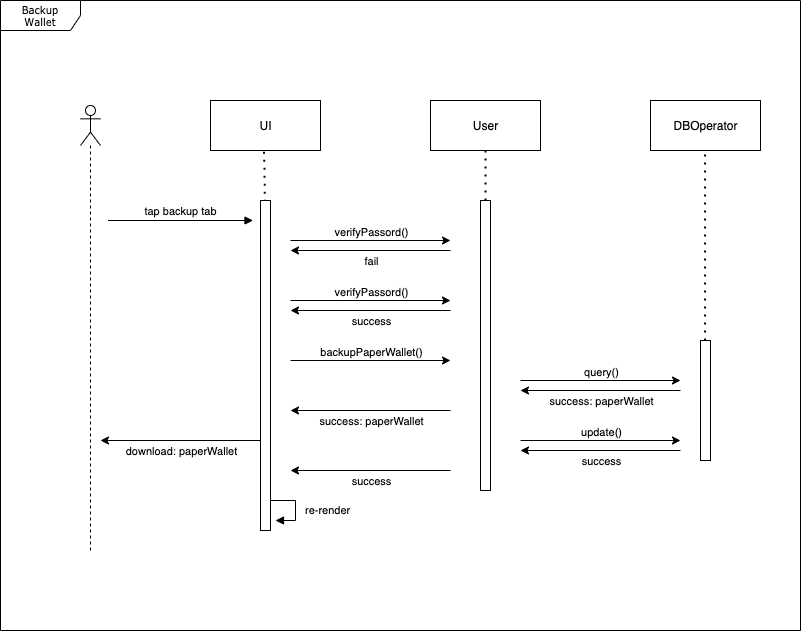
CAFECA-IO/TideWallet keeps this draw.io diagram as doc/TideWallet_Interaction_Diagram_BackupWallet.png. Above is the earlier version. Source tidied: cells renumbered, new cells last; positions are measured from the earlier drawing's top-left corner, leaving out a move shared by most shapes.
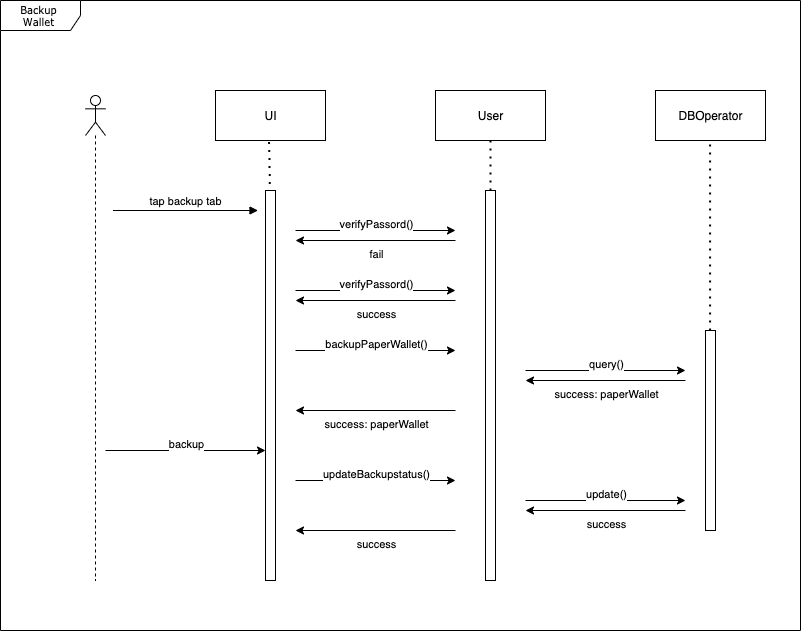
The same file after the commit.

Commit message:
update interaction diagram

What changed in the source:
```diff
@@ -2,39 +2,36 @@
   <root>
     <mxCell id="0" />
     <mxCell id="1" parent="0" />
-    <mxCell id="2" style="group;" parent="1" vertex="1">
-      <mxGeometry width="800" height="630" as="geometry" />
-    </mxCell>
-    <mxCell id="3" value="Backup&lt;br&gt;Wallet" style="shape=umlFrame;whiteSpace=wrap;html=1;rounded=0;shadow=0;comic=0;labelBackgroundColor=none;strokeWidth=1;fontFamily=Verdana;fontSize=10;align=center;width=80;height=30;" parent="2" vertex="1">
-      <mxGeometry width="800" height="630" as="geometry" />
+    <mxCell id="3" value="Backup&lt;br&gt;Wallet" style="shape=umlFrame;whiteSpace=wrap;html=1;rounded=0;shadow=0;comic=0;labelBackgroundColor=none;strokeWidth=1;fontFamily=Verdana;fontSize=10;align=center;width=80;height=30;" parent="1" vertex="1">
+      <mxGeometry x="-5" y="10" width="800" height="630" as="geometry" />
     </mxCell>
-    <mxCell id="4" style="shape=umlLifeline;participant=umlActor;perimeter=lifelinePerimeter;whiteSpace=wrap;html=1;verticalAlign=top;spacingTop=36;" parent="2" vertex="1">
-      <mxGeometry x="80" y="105" width="20" height="445" as="geometry" />
+    <mxCell id="4" style="shape=umlLifeline;participant=umlActor;perimeter=lifelinePerimeter;whiteSpace=wrap;html=1;verticalAlign=top;spacingTop=36;" parent="1" vertex="1">
+      <mxGeometry x="80" y="105" width="20" height="485" as="geometry" />
     </mxCell>
-    <mxCell id="5" value="UI" style="html=1;" parent="2" vertex="1">
+    <mxCell id="5" value="UI" style="html=1;" parent="1" vertex="1">
       <mxGeometry x="210" y="100" width="110" height="50" as="geometry" />
     </mxCell>
-    <mxCell id="6" value="User" style="html=1;" parent="2" vertex="1">
+    <mxCell id="6" value="User" style="html=1;" parent="1" vertex="1">
       <mxGeometry x="430" y="100" width="110" height="50" as="geometry" />
     </mxCell>
-    <mxCell id="7" value="DBOperator" style="html=1;" parent="2" vertex="1">
+    <mxCell id="7" value="DBOperator" style="html=1;" parent="1" vertex="1">
       <mxGeometry x="650" y="100" width="110" height="50" as="geometry" />
     </mxCell>
-    <mxCell id="8" style="endArrow=none;dashed=1;html=1;dashPattern=1 3;strokeWidth=2;exitX=0.45;exitY=0.004;exitDx=0;exitDy=0;exitPerimeter=0;" parent="2" edge="1" source="10">
-      <mxGeometry x="-951.7" y="-2340" as="geometry">
+    <mxCell id="8" style="endArrow=none;dashed=1;html=1;dashPattern=1 3;strokeWidth=2;exitX=0.45;exitY=0.004;exitDx=0;exitDy=0;exitPerimeter=0;" parent="1" edge="1" source="10">
+      <mxGeometry x="773.3" y="-1020" as="geometry">
         <mxPoint x="263.6" y="150" as="targetPoint" />
       </mxGeometry>
     </mxCell>
-    <mxCell id="9" value="tap backup tab" style="html=1;verticalAlign=bottom;endArrow=block;" parent="2" edge="1">
-      <mxGeometry as="geometry">
+    <mxCell id="9" value="tap backup tab" style="html=1;verticalAlign=bottom;endArrow=block;" parent="1" edge="1">
+      <mxGeometry x="1725" y="1320" as="geometry">
         <mxPoint x="107.5" y="220" as="sourcePoint" />
         <mxPoint x="252.5" y="220" as="targetPoint" />
       </mxGeometry>
     </mxCell>
-    <mxCell id="10" style="html=1;points=[];perimeter=orthogonalPerimeter;" parent="2" vertex="1">
-      <mxGeometry x="260" y="200" width="10" height="330" as="geometry" />
+    <mxCell id="10" style="html=1;points=[];perimeter=orthogonalPerimeter;" parent="1" vertex="1">
+      <mxGeometry x="260" y="200" width="10" height="390" as="geometry" />
     </mxCell>
-    <mxCell id="11" style="group;" parent="2" vertex="1">
+    <mxCell id="11" style="group;" parent="1" vertex="1">
       <mxGeometry x="290" y="240" width="160" height="10" as="geometry" />
     </mxCell>
     <mxCell id="12" style="endArrow=classic;html=1;" parent="11" edge="1">
@@ -59,15 +56,15 @@
         <mxPoint y="10" as="offset" />
       </mxGeometry>
     </mxCell>
-    <mxCell id="16" style="html=1;perimeter=orthogonalPerimeter;" parent="2" vertex="1">
-      <mxGeometry x="480" y="200" width="10" height="290" as="geometry" />
+    <mxCell id="16" style="html=1;perimeter=orthogonalPerimeter;" parent="1" vertex="1">
+      <mxGeometry x="480" y="200" width="10" height="390" as="geometry" />
     </mxCell>
-    <mxCell id="17" style="endArrow=none;dashed=1;html=1;dashPattern=1 3;strokeWidth=2;entryX=0.5;entryY=1;entryDx=0;entryDy=0;" parent="2" edge="1" target="6">
-      <mxGeometry x="-730.8" y="-2340.3" as="geometry">
+    <mxCell id="17" style="endArrow=none;dashed=1;html=1;dashPattern=1 3;strokeWidth=2;entryX=0.5;entryY=1;entryDx=0;entryDy=0;" parent="1" edge="1" target="6">
+      <mxGeometry x="994.2" y="-1020.3" as="geometry">
         <mxPoint x="485" y="200" as="sourcePoint" />
       </mxGeometry>
     </mxCell>
-    <mxCell id="18" style="group;" parent="2" vertex="1">
+    <mxCell id="18" style="group;" parent="1" vertex="1">
       <mxGeometry x="290" y="300" width="160" height="10" as="geometry" />
     </mxCell>
     <mxCell id="19" style="endArrow=classic;html=1;" parent="18" edge="1">
@@ -92,7 +89,7 @@
         <mxPoint y="10" as="offset" />
       </mxGeometry>
     </mxCell>
-    <mxCell id="23" style="group;" parent="2" vertex="1">
+    <mxCell id="23" style="group;" parent="1" vertex="1">
       <mxGeometry x="290" y="360" width="160" height="10" as="geometry" />
     </mxCell>
     <mxCell id="24" style="endArrow=classic;html=1;" parent="23" edge="1">
@@ -106,15 +103,15 @@
         <mxPoint y="-9.7" as="offset" />
       </mxGeometry>
     </mxCell>
-    <mxCell id="26" style="endArrow=none;dashed=1;html=1;dashPattern=1 3;strokeWidth=2;entryX=0.5;entryY=1;entryDx=0;entryDy=0;" parent="2" edge="1" source="27">
-      <mxGeometry x="-511.2" y="-2340.3" as="geometry">
+    <mxCell id="26" style="endArrow=none;dashed=1;html=1;dashPattern=1 3;strokeWidth=2;entryX=0.5;entryY=1;entryDx=0;entryDy=0;" parent="1" edge="1" source="27">
+      <mxGeometry x="1213.8" y="-1020.3" as="geometry">
         <mxPoint x="704.6" y="150" as="targetPoint" />
       </mxGeometry>
     </mxCell>
-    <mxCell id="27" style="html=1;points=[];perimeter=orthogonalPerimeter;" parent="2" vertex="1">
-      <mxGeometry x="700" y="340" width="10" height="120" as="geometry" />
+    <mxCell id="27" style="html=1;points=[];perimeter=orthogonalPerimeter;" parent="1" vertex="1">
+      <mxGeometry x="700" y="340" width="10" height="200" as="geometry" />
     </mxCell>
-    <mxCell id="28" style="group;" parent="2" vertex="1">
+    <mxCell id="28" style="group;" parent="1" vertex="1">
       <mxGeometry x="520" y="380" width="160" height="10" as="geometry" />
     </mxCell>
     <mxCell id="29" style="endArrow=classic;html=1;" parent="28" edge="1">
@@ -139,10 +136,10 @@
         <mxPoint y="10" as="offset" />
       </mxGeometry>
     </mxCell>
-    <mxCell id="33" style="endArrow=none;html=1;startArrow=classic;startFill=1;endFill=0;" parent="2" edge="1">
-      <mxGeometry x="10" y="-70" as="geometry">
-        <mxPoint x="290" y="410" as="sourcePoint" />
-        <mxPoint x="450" y="410" as="targetPoint" />
+    <mxCell id="33" style="endArrow=none;html=1;startArrow=classic;startFill=1;endFill=0;" parent="1" edge="1">
+      <mxGeometry x="1735" y="1260" as="geometry">
+        <mxPoint x="290" y="420" as="sourcePoint" />
+        <mxPoint x="450" y="420" as="targetPoint" />
       </mxGeometry>
     </mxCell>
     <mxCell id="34" value="success: paperWallet" style="edgeLabel;html=1;align=center;verticalAlign=middle;" parent="33" vertex="1">
@@ -150,30 +147,8 @@
         <mxPoint y="10" as="offset" />
       </mxGeometry>
     </mxCell>
-    <mxCell id="35" value="&lt;span style=&quot;font-family: &amp;#34;helvetica&amp;#34; ; text-align: center&quot;&gt;re-render&lt;/span&gt;" style="edgeStyle=orthogonalEdgeStyle;html=1;align=left;spacingLeft=2;endArrow=block;rounded=0;entryX=1;entryY=0;" parent="2" edge="1">
-      <mxGeometry x="-1750" y="-1160" as="geometry">
-        <mxPoint x="270" y="500" as="sourcePoint" />
-        <mxPoint x="275" y="520" as="targetPoint" />
-        <Array as="points">
-          <mxPoint x="295" y="500" />
-          <mxPoint x="295" y="520" />
-        </Array>
-        <mxPoint x="28" as="offset" />
-      </mxGeometry>
-    </mxCell>
-    <mxCell id="36" style="endArrow=none;html=1;startArrow=classic;startFill=1;endFill=0;" parent="2" edge="1">
-      <mxGeometry x="-180" y="-40" as="geometry">
-        <mxPoint x="100" y="440" as="sourcePoint" />
-        <mxPoint x="260" y="440" as="targetPoint" />
-      </mxGeometry>
-    </mxCell>
-    <mxCell id="37" value="download: paperWallet" style="edgeLabel;html=1;align=center;verticalAlign=middle;" parent="36" vertex="1">
-      <mxGeometry relative="1" as="geometry">
-        <mxPoint y="10" as="offset" />
-      </mxGeometry>
-    </mxCell>
-    <mxCell id="38" style="group;" parent="2" vertex="1">
-      <mxGeometry x="520" y="440" width="160" height="10" as="geometry" />
+    <mxCell id="38" style="group;" parent="1" vertex="1">
+      <mxGeometry x="520" y="510" width="160" height="10" as="geometry" />
     </mxCell>
     <mxCell id="39" style="endArrow=classic;html=1;" parent="38" edge="1">
       <mxGeometry x="-280" y="-480" as="geometry">
@@ -197,13 +172,41 @@
         <mxPoint y="10" as="offset" />
       </mxGeometry>
     </mxCell>
-    <mxCell id="43" style="endArrow=none;html=1;startArrow=classic;startFill=1;endFill=0;" parent="2" edge="1">
-      <mxGeometry x="-2260" y="-1670" as="geometry">
-        <mxPoint x="290" y="470" as="sourcePoint" />
-        <mxPoint x="450" y="470" as="targetPoint" />
-      </mxGeometry>
-    </mxCell>
+    <mxCell id="45" style="group;" parent="1" vertex="1">
+      <mxGeometry x="100" y="460" width="160" height="10" as="geometry" />
+    </mxCell>
+    <mxCell id="46" style="endArrow=classic;html=1;" parent="45" edge="1">
+      <mxGeometry x="-280" y="-480" as="geometry">
+        <mxPoint as="sourcePoint" />
+        <mxPoint x="160" as="targetPoint" />
+      </mxGeometry>
+    </mxCell>
+    <mxCell id="47" value="backup" style="edgeLabel;html=1;align=center;verticalAlign=middle;" parent="46" vertex="1">
+      <mxGeometry relative="1" as="geometry">
+        <mxPoint y="-9.7" as="offset" />
+      </mxGeometry>
+    </mxCell>
+    <mxCell id="48" style="group;" parent="1" vertex="1">
+      <mxGeometry x="290" y="490" width="160" height="10" as="geometry" />
+    </mxCell>
+    <mxCell id="49" style="endArrow=classic;html=1;" parent="48" edge="1">
+      <mxGeometry x="-280" y="-480" as="geometry">
+        <mxPoint as="sourcePoint" />
+        <mxPoint x="160" as="targetPoint" />
+      </mxGeometry>
+    </mxCell>
+    <mxCell id="50" value="updateBackupstatus()" style="edgeLabel;html=1;align=center;verticalAlign=middle;" parent="49" vertex="1">
+      <mxGeometry relative="1" as="geometry">
+        <mxPoint y="-9.7" as="offset" />
+      </mxGeometry>
+    </mxCell>
+    <mxCell id="51" style="endArrow=none;html=1;startArrow=classic;startFill=1;endFill=0;" parent="1" edge="1">
+      <mxGeometry x="-280" y="-240" as="geometry">
+        <mxPoint x="290" y="540" as="sourcePoint" />
+        <mxPoint x="450" y="540" as="targetPoint" />
+      </mxGeometry>
+    </mxCell>
-    <mxCell id="44" value="success" style="edgeLabel;html=1;align=center;verticalAlign=middle;" parent="43" vertex="1">
+    <mxCell id="44" value="success" style="edgeLabel;html=1;align=center;verticalAlign=middle;" parent="51" vertex="1">
       <mxGeometry relative="1" as="geometry">
         <mxPoint y="10" as="offset" />
       </mxGeometry>
```
